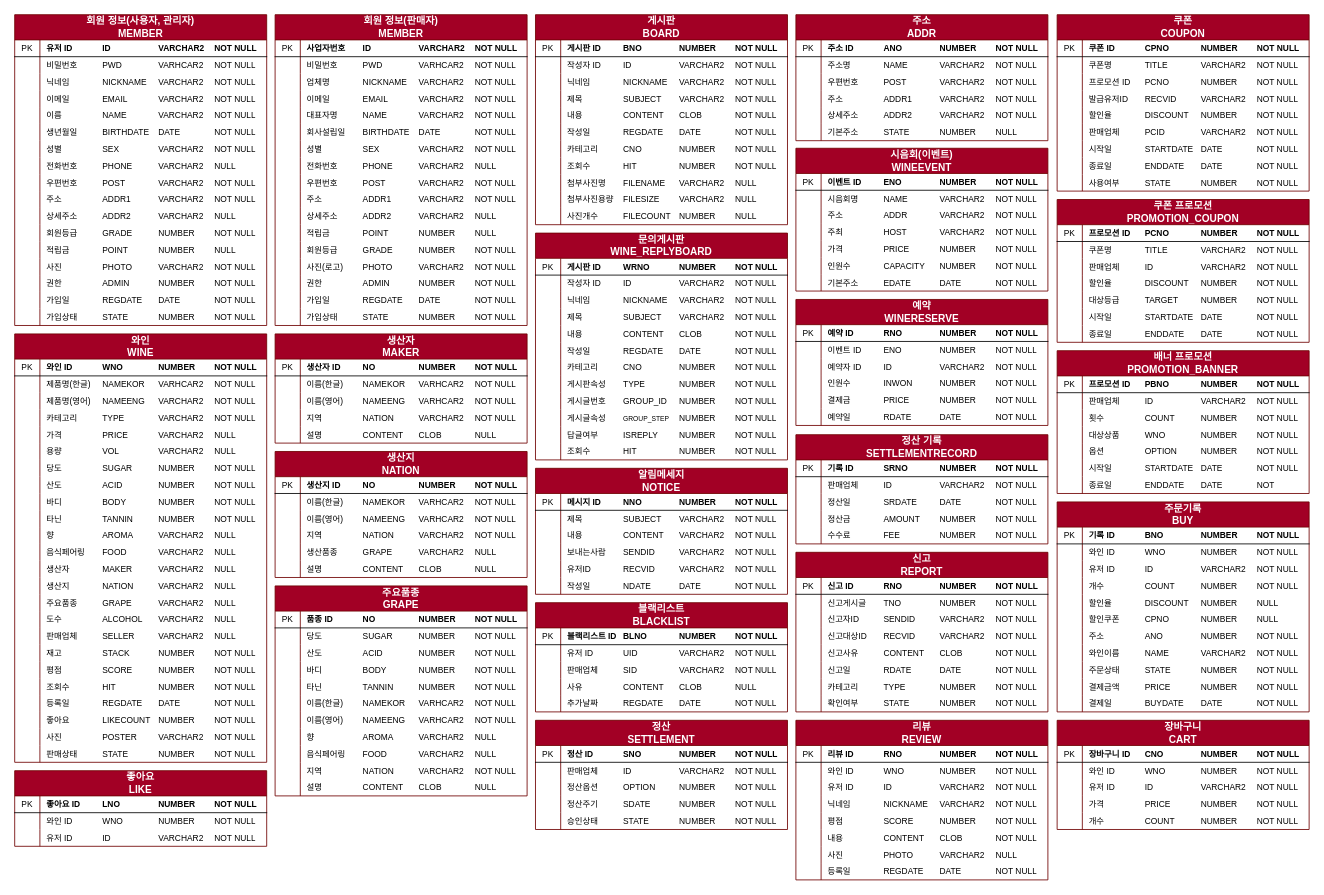
ArtWaveProject/ArtWave keeps this draw.io diagram as erd.drawio. Above is the earlier version. Source tidied: cells renumbered, new cells numbered last; positions are measured from the earlier drawing's top-left corner, leaving out a move shared by most shapes. Both pictures are drawn from the tidied source at 84%, with x=0, y=0 at pixel (14, 14).
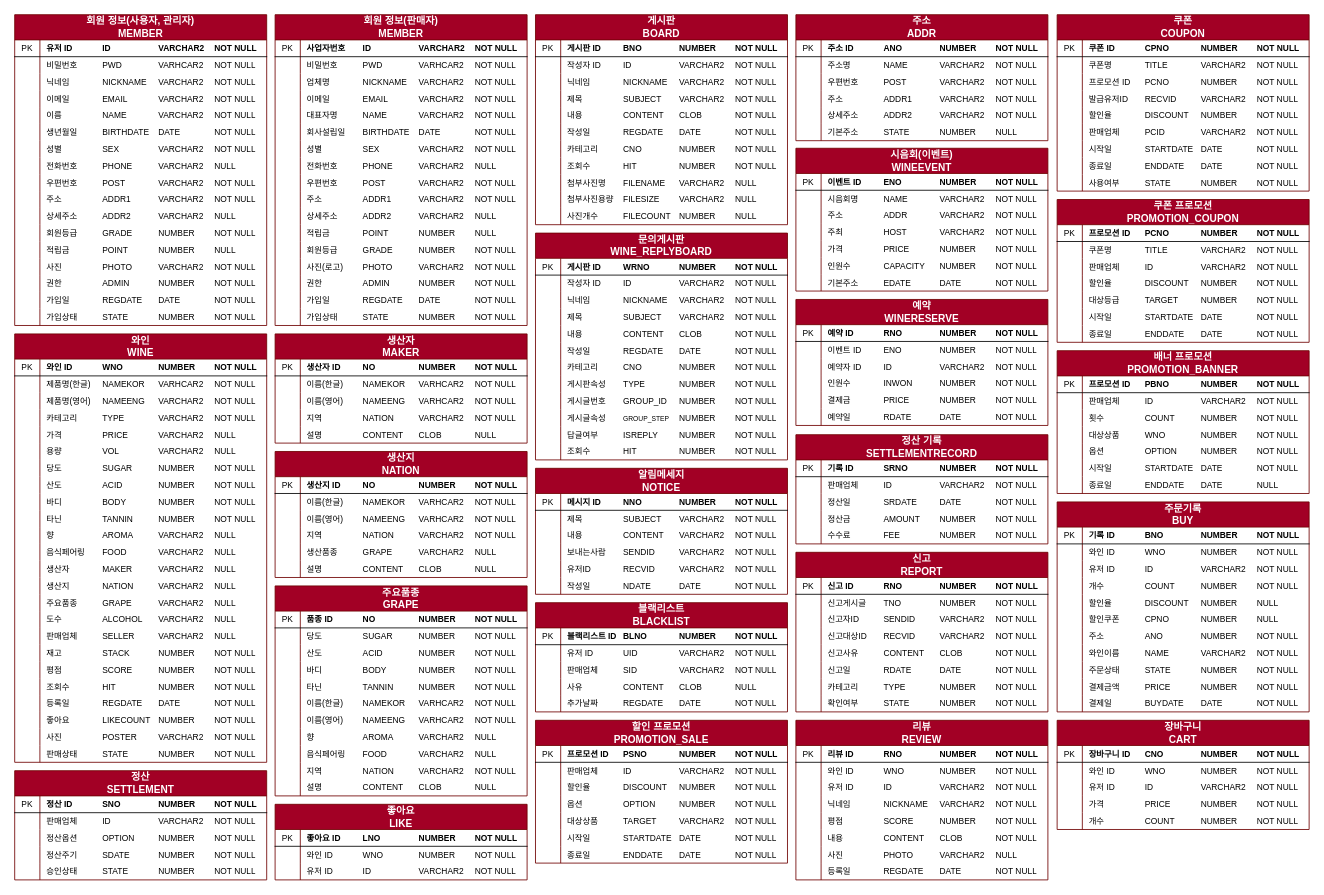
The same diagram, later.

The change refers to these unchanged cells:
```xml
<mxCell id="552" style="shape=tableRow;horizontal=0;startSize=0;swimlaneHead=0;swimlaneBody=0;fillColor=none;top=0;left=0;right=0;bottom=0;align=left;fontStyle=0;whiteSpace=wrap;html=1;verticalAlign=middle;fontSize=10;" parent="533" vertex="1">
  <mxGeometry y="150" width="300" height="20" as="geometry" />
</mxCell>
```

Change to the diagram source:
```diff
@@
     <mxCell id="289" value="&lt;span style=&quot;font-size: 12px;&quot;&gt;좋아요&lt;/span&gt;&lt;br&gt;&lt;div style=&quot;font-size: 12px;&quot;&gt;LIKE&lt;/div&gt;" style="shape=table;startSize=30;childLayout=tableLayout;rowLines=0;fontStyle=1;align=center;html=1;fillColor=#a20025;strokeColor=#6F0000;whiteSpace=wrap;verticalAlign=middle;fontSize=11;fontColor=#ffffff;" parent="1" vertex="1">
-      <mxGeometry y="900" width="300" height="90" as="geometry" />
+      <mxGeometry x="310" y="940" width="300" height="90" as="geometry" />
     </mxCell>
@@
-    <mxCell id="554" value="종료일&lt;span style=&quot;white-space: pre;&quot;&gt;&#9;&lt;/span&gt;&lt;span style=&quot;white-space: pre;&quot;&gt;&#9;&lt;/span&gt;ENDDATE&lt;span style=&quot;white-space: pre;&quot;&gt;&#9;&lt;/span&gt;DATE&lt;span style=&quot;white-space: pre;&quot;&gt;&#9;&lt;/span&gt;&lt;span style=&quot;white-space: pre;&quot;&gt;&#9;&lt;/span&gt;NOT" style="shape=partialRectangle;fillColor=none;top=0;left=0;bottom=0;right=0;align=left;spacingLeft=6;overflow=hidden;whiteSpace=wrap;html=1;fontStyle=0;verticalAlign=middle;fontSize=10;" parent="552" vertex="1">
+    <mxCell id="554" value="종료일&lt;span style=&quot;white-space: pre;&quot;&gt;&#9;&lt;/span&gt;&lt;span style=&quot;white-space: pre;&quot;&gt;&#9;&lt;/span&gt;ENDDATE&lt;span style=&quot;white-space: pre;&quot;&gt;&#9;&lt;/span&gt;DATE&lt;span style=&quot;white-space: pre;&quot;&gt;&#9;&lt;/span&gt;&lt;span style=&quot;white-space: pre;&quot;&gt;&#9;&lt;/span&gt;NULL" style="shape=partialRectangle;fillColor=none;top=0;left=0;bottom=0;right=0;align=left;spacingLeft=6;overflow=hidden;whiteSpace=wrap;html=1;fontStyle=0;verticalAlign=middle;fontSize=10;" parent="552" vertex="1">
       <mxGeometry x="30" width="270" height="20" as="geometry" />
     </mxCell>
     <mxCell id="555" value="&lt;span style=&quot;font-size: 12px;&quot;&gt;정산&lt;/span&gt;&lt;br&gt;&lt;div style=&quot;font-size: 12px;&quot;&gt;SETTLEMENT&lt;/div&gt;" style="shape=table;startSize=30;childLayout=tableLayout;rowLines=0;fontStyle=1;align=center;html=1;fillColor=#a20025;strokeColor=#6F0000;whiteSpace=wrap;verticalAlign=middle;fontSize=11;fontColor=#ffffff;" parent="1" vertex="1">
-      <mxGeometry x="620" y="840" width="300" height="130" as="geometry" />
+      <mxGeometry y="900" width="300" height="130" as="geometry" />
     </mxCell>
@@
+    <mxCell id="628" value="&lt;span style=&quot;font-size: 12px;&quot;&gt;할인 프로모션&lt;/span&gt;&lt;br&gt;&lt;div style=&quot;font-size: 12px;&quot;&gt;PROMOTION_SALE&lt;/div&gt;" style="shape=table;startSize=30;childLayout=tableLayout;rowLines=0;fontStyle=1;align=center;html=1;fillColor=#a20025;strokeColor=#6F0000;whiteSpace=wrap;verticalAlign=middle;fontSize=11;fontColor=#ffffff;" parent="1" vertex="1">
+      <mxGeometry x="620" y="840" width="300" height="170" as="geometry" />
+    </mxCell>
+    <mxCell id="629" style="shape=tableRow;horizontal=0;startSize=0;swimlaneHead=0;swimlaneBody=0;fillColor=none;top=0;left=0;right=0;bottom=1;align=left;fontStyle=0;whiteSpace=wrap;html=1;verticalAlign=middle;" parent="628" vertex="1">
+      <mxGeometry y="30" width="300" height="20" as="geometry" />
+    </mxCell>
+    <mxCell id="630" value="PK" style="shape=partialRectangle;fillColor=none;top=0;left=0;bottom=0;right=0;fontStyle=0;overflow=hidden;whiteSpace=wrap;html=1;align=center;verticalAlign=middle;fontSize=10;" parent="629" vertex="1">
+      <mxGeometry width="30" height="20" as="geometry" />
+    </mxCell>
+    <mxCell id="631" value="&lt;b style=&quot;font-size: 10px;&quot;&gt;프로모션 ID&lt;span style=&quot;white-space: pre; font-size: 10px;&quot;&gt;&#9;&lt;/span&gt;PSNO&lt;span style=&quot;white-space: pre; font-size: 10px;&quot;&gt;&#9;&lt;span style=&quot;white-space: pre; font-size: 10px;&quot;&gt;&#9;&lt;/span&gt;&lt;/span&gt;NUMBER&lt;span style=&quot;white-space: pre; font-size: 10px;&quot;&gt;&#9;&lt;/span&gt;NOT NULL&lt;/b&gt;" style="shape=partialRectangle;fillColor=none;top=0;left=0;bottom=0;right=0;align=left;spacingLeft=6;fontStyle=0;overflow=hidden;whiteSpace=wrap;html=1;verticalAlign=middle;fontSize=10;" parent="629" vertex="1">
+      <mxGeometry x="30" width="270" height="20" as="geometry" />
+    </mxCell>
+    <mxCell id="632" style="shape=tableRow;horizontal=0;startSize=0;swimlaneHead=0;swimlaneBody=0;fillColor=none;top=0;left=0;right=0;bottom=0;align=left;fontStyle=0;whiteSpace=wrap;html=1;verticalAlign=middle;fontSize=10;" parent="628" vertex="1">
+      <mxGeometry y="50" width="300" height="20" as="geometry" />
+    </mxCell>
+    <mxCell id="633" style="shape=partialRectangle;fillColor=none;top=0;left=0;bottom=0;right=0;overflow=hidden;whiteSpace=wrap;html=1;align=left;fontStyle=0;verticalAlign=middle;fontSize=10;" parent="632" vertex="1">
+      <mxGeometry width="30" height="20" as="geometry" />
+    </mxCell>
+    <mxCell id="634" value="판매업체&lt;span style=&quot;white-space: pre;&quot;&gt;&#9;&lt;/span&gt;&lt;span style=&quot;white-space: pre;&quot;&gt;&#9;&lt;/span&gt;ID&lt;span style=&quot;white-space: pre;&quot;&gt;&#9;&lt;/span&gt;&lt;span style=&quot;white-space: pre;&quot;&gt;&#9;&lt;/span&gt;&lt;span style=&quot;white-space: pre;&quot;&gt;&#9;&lt;/span&gt;VARCHAR2&lt;span style=&quot;white-space: pre;&quot;&gt;&#9;&lt;/span&gt;NOT NULL" style="shape=partialRectangle;fillColor=none;top=0;left=0;bottom=0;right=0;align=left;spacingLeft=6;overflow=hidden;whiteSpace=wrap;html=1;fontStyle=0;verticalAlign=middle;fontSize=10;" parent="632" vertex="1">
+      <mxGeometry x="30" width="270" height="20" as="geometry" />
+    </mxCell>
+    <mxCell id="635" style="shape=tableRow;horizontal=0;startSize=0;swimlaneHead=0;swimlaneBody=0;fillColor=none;top=0;left=0;right=0;bottom=0;align=left;fontStyle=0;whiteSpace=wrap;html=1;verticalAlign=middle;fontSize=10;" parent="628" vertex="1">
+      <mxGeometry y="70" width="300" height="20" as="geometry" />
+    </mxCell>
+    <mxCell id="636" style="shape=partialRectangle;fillColor=none;top=0;left=0;bottom=0;right=0;overflow=hidden;whiteSpace=wrap;html=1;align=left;fontStyle=0;verticalAlign=middle;fontSize=10;" parent="635" vertex="1">
+      <mxGeometry width="30" height="20" as="geometry" />
+    </mxCell>
+    <mxCell id="637" value="할인율&lt;span style=&quot;white-space: pre;&quot;&gt;&#9;&lt;/span&gt;&lt;span style=&quot;white-space: pre;&quot;&gt;&#9;&lt;/span&gt;DISCOUNT&lt;span style=&quot;white-space: pre;&quot;&gt;&#9;&lt;/span&gt;NUMBER&lt;span style=&quot;white-space: pre;&quot;&gt;&#9;&lt;/span&gt;NOT NULL" style="shape=partialRectangle;fillColor=none;top=0;left=0;bottom=0;right=0;align=left;spacingLeft=6;overflow=hidden;whiteSpace=wrap;html=1;fontStyle=0;verticalAlign=middle;fontSize=10;" parent="635" vertex="1">
+      <mxGeometry x="30" width="270" height="20" as="geometry" />
+    </mxCell>
+    <mxCell id="638" style="shape=tableRow;horizontal=0;startSize=0;swimlaneHead=0;swimlaneBody=0;fillColor=none;top=0;left=0;right=0;bottom=0;align=left;fontStyle=0;whiteSpace=wrap;html=1;verticalAlign=middle;fontSize=10;" parent="628" vertex="1">
+      <mxGeometry y="90" width="300" height="20" as="geometry" />
+    </mxCell>
+    <mxCell id="639" style="shape=partialRectangle;fillColor=none;top=0;left=0;bottom=0;right=0;overflow=hidden;whiteSpace=wrap;html=1;align=left;fontStyle=0;verticalAlign=middle;fontSize=10;" parent="638" vertex="1">
+      <mxGeometry width="30" height="20" as="geometry" />
+    </mxCell>
+    <mxCell id="640" value="옵션&lt;span style=&quot;white-space: pre;&quot;&gt;&#9;&lt;/span&gt;&lt;span style=&quot;white-space: pre;&quot;&gt;&#9;&lt;/span&gt;&lt;span style=&quot;white-space: pre;&quot;&gt;&#9;&lt;/span&gt;OPTION&lt;span style=&quot;white-space: pre;&quot;&gt;&#9;&lt;/span&gt;&lt;span style=&quot;white-space: pre;&quot;&gt;&#9;&lt;/span&gt;NUMBER&lt;span style=&quot;white-space: pre;&quot;&gt;&#9;&lt;/span&gt;NOT NULL" style="shape=partialRectangle;fillColor=none;top=0;left=0;bottom=0;right=0;align=left;spacingLeft=6;overflow=hidden;whiteSpace=wrap;html=1;fontStyle=0;verticalAlign=middle;fontSize=10;" parent="638" vertex="1">
+      <mxGeometry x="30" width="270" height="20" as="geometry" />
+    </mxCell>
+    <mxCell id="641" style="shape=tableRow;horizontal=0;startSize=0;swimlaneHead=0;swimlaneBody=0;fillColor=none;top=0;left=0;right=0;bottom=0;align=left;fontStyle=0;whiteSpace=wrap;html=1;verticalAlign=middle;fontSize=10;" parent="628" vertex="1">
+      <mxGeometry y="110" width="300" height="20" as="geometry" />
+    </mxCell>
+    <mxCell id="642" style="shape=partialRectangle;fillColor=none;top=0;left=0;bottom=0;right=0;overflow=hidden;whiteSpace=wrap;html=1;align=left;fontStyle=0;verticalAlign=middle;fontSize=10;" parent="641" vertex="1">
+      <mxGeometry width="30" height="20" as="geometry" />
+    </mxCell>
+    <mxCell id="643" value="대상상품&lt;span style=&quot;white-space: pre;&quot;&gt;&#9;&lt;/span&gt;&lt;span style=&quot;white-space: pre;&quot;&gt;&#9;&lt;/span&gt;TARGET&lt;span style=&quot;white-space: pre;&quot;&gt;&#9;&lt;/span&gt;&lt;span style=&quot;white-space: pre;&quot;&gt;&#9;&lt;/span&gt;VARCHAR2&lt;span style=&quot;white-space: pre;&quot;&gt;&#9;&lt;/span&gt;NOT NULL" style="shape=partialRectangle;fillColor=none;top=0;left=0;bottom=0;right=0;align=left;spacingLeft=6;overflow=hidden;whiteSpace=wrap;html=1;fontStyle=0;verticalAlign=middle;fontSize=10;" parent="641" vertex="1">
+      <mxGeometry x="30" width="270" height="20" as="geometry" />
+    </mxCell>
+    <mxCell id="644" style="shape=tableRow;horizontal=0;startSize=0;swimlaneHead=0;swimlaneBody=0;fillColor=none;top=0;left=0;right=0;bottom=0;align=left;fontStyle=0;whiteSpace=wrap;html=1;verticalAlign=middle;fontSize=10;" parent="628" vertex="1">
+      <mxGeometry y="130" width="300" height="20" as="geometry" />
+    </mxCell>
+    <mxCell id="645" style="shape=partialRectangle;fillColor=none;top=0;left=0;bottom=0;right=0;overflow=hidden;whiteSpace=wrap;html=1;align=left;fontStyle=0;verticalAlign=middle;fontSize=10;" parent="644" vertex="1">
+      <mxGeometry width="30" height="20" as="geometry" />
+    </mxCell>
+    <mxCell id="646" value="시작일&lt;span style=&quot;white-space: pre;&quot;&gt;&#9;&lt;/span&gt;&lt;span style=&quot;white-space: pre;&quot;&gt;&#9;&lt;/span&gt;STARTDATE&lt;span style=&quot;white-space: pre; font-size: 10px;&quot;&gt;&lt;span style=&quot;white-space: pre; font-size: 10px;&quot;&gt;&#9;&lt;/span&gt;&lt;/span&gt;DATE&lt;span style=&quot;white-space: pre;&quot;&gt;&#9;&lt;/span&gt;&lt;span style=&quot;white-space: pre; font-size: 10px;&quot;&gt;&#9;&lt;/span&gt;NOT NULL" style="shape=partialRectangle;fillColor=none;top=0;left=0;bottom=0;right=0;align=left;spacingLeft=6;overflow=hidden;whiteSpace=wrap;html=1;fontStyle=0;verticalAlign=middle;fontSize=10;" parent="644" vertex="1">
+      <mxGeometry x="30" width="270" height="20" as="geometry" />
+    </mxCell>
+    <mxCell id="647" style="shape=tableRow;horizontal=0;startSize=0;swimlaneHead=0;swimlaneBody=0;fillColor=none;top=0;left=0;right=0;bottom=0;align=left;fontStyle=0;whiteSpace=wrap;html=1;verticalAlign=middle;fontSize=10;" parent="628" vertex="1">
+      <mxGeometry y="150" width="300" height="20" as="geometry" />
+    </mxCell>
+    <mxCell id="648" style="shape=partialRectangle;fillColor=none;top=0;left=0;bottom=0;right=0;overflow=hidden;whiteSpace=wrap;html=1;align=left;fontStyle=0;verticalAlign=middle;fontSize=10;" parent="647" vertex="1">
+      <mxGeometry width="30" height="20" as="geometry" />
+    </mxCell>
+    <mxCell id="649" value="종료일&lt;span style=&quot;white-space: pre;&quot;&gt;&#9;&lt;/span&gt;&lt;span style=&quot;white-space: pre;&quot;&gt;&#9;&lt;/span&gt;ENDDATE&lt;span style=&quot;white-space: pre;&quot;&gt;&#9;&lt;/span&gt;DATE&lt;span style=&quot;white-space: pre;&quot;&gt;&#9;&lt;/span&gt;&lt;span style=&quot;white-space: pre;&quot;&gt;&#9;&lt;/span&gt;NOT NULL" style="shape=partialRectangle;fillColor=none;top=0;left=0;bottom=0;right=0;align=left;spacingLeft=6;overflow=hidden;whiteSpace=wrap;html=1;fontStyle=0;verticalAlign=middle;fontSize=10;" parent="647" vertex="1">
+      <mxGeometry x="30" width="270" height="20" as="geometry" />
+    </mxCell>
```
